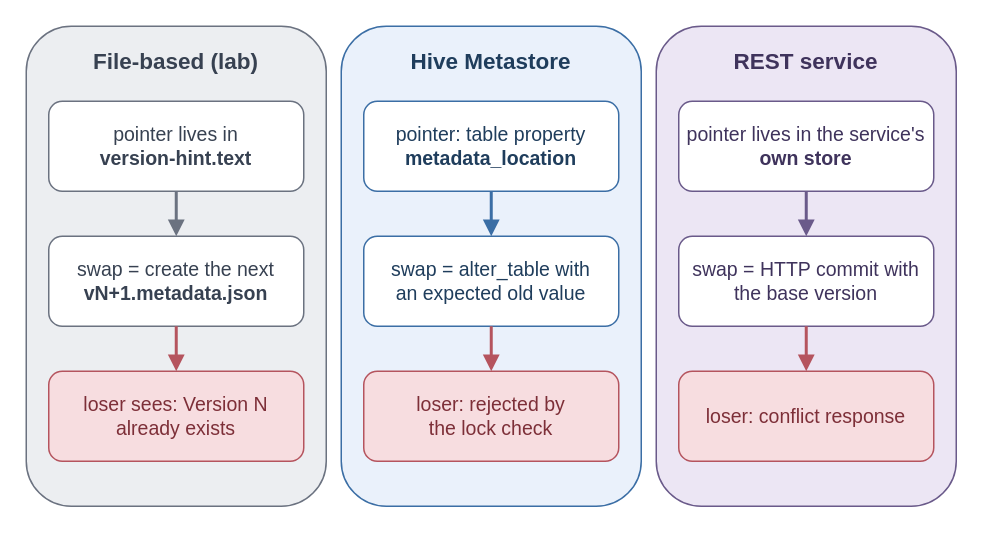
Before: book/figures/catalog-pointer-types.drawio in AlanPhan04/spark-101-to-pro, a draw.io diagram. Source tidied: cells renumbered, new cells numbered last; positions are measured from the earlier drawing's top-left corner, leaving out a move shared by most shapes. Both pictures are drawn from the tidied source at 150%, with x=0, y=0 at pixel (26, 26).
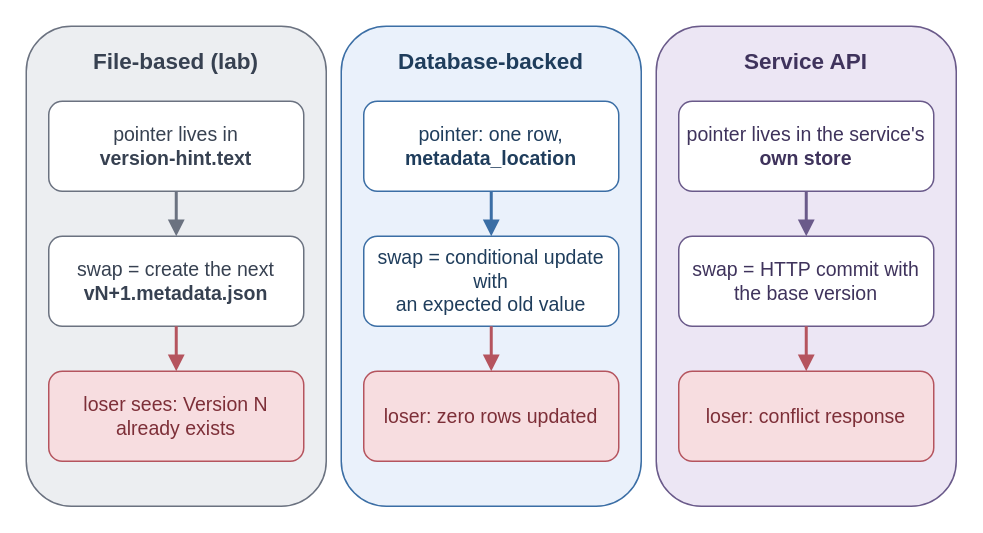
Above is the later version.

Diff of the diagram source:
```diff
@@
 <mxGraphModel>
   <root>
     <mxCell id="0" />
     <mxCell id="1" parent="0" />
     <mxCell id="2" value="&lt;b&gt;File-based (lab)&lt;/b&gt;" style="rounded=1;whiteSpace=wrap;html=1;verticalAlign=top;spacingTop=8;fillColor=#eceef1;strokeColor=#6b7280;fontColor=#374151;fontSize=15;" parent="1" vertex="1">
       <mxGeometry width="200" height="320" as="geometry" />
     </mxCell>
-    <mxCell id="3" value="&lt;b&gt;Hive Metastore&lt;/b&gt;" style="rounded=1;whiteSpace=wrap;html=1;verticalAlign=top;spacingTop=8;fillColor=#eaf1fb;strokeColor=#3b6ea5;fontColor=#1f3d5c;fontSize=15;" parent="1" vertex="1">
+    <mxCell id="3" value="&lt;b&gt;Database-backed&lt;/b&gt;" style="rounded=1;whiteSpace=wrap;html=1;verticalAlign=top;spacingTop=8;fillColor=#eaf1fb;strokeColor=#3b6ea5;fontColor=#1f3d5c;fontSize=15;" parent="1" vertex="1">
       <mxGeometry x="210" width="200" height="320" as="geometry" />
     </mxCell>
-    <mxCell id="4" value="&lt;b&gt;REST service&lt;/b&gt;" style="rounded=1;whiteSpace=wrap;html=1;verticalAlign=top;spacingTop=8;fillColor=#ece6f4;strokeColor=#6a5a8a;fontColor=#3f335c;fontSize=15;" parent="1" vertex="1">
+    <mxCell id="4" value="&lt;b&gt;Service API&lt;/b&gt;" style="rounded=1;whiteSpace=wrap;html=1;verticalAlign=top;spacingTop=8;fillColor=#ece6f4;strokeColor=#6a5a8a;fontColor=#3f335c;fontSize=15;" parent="1" vertex="1">
       <mxGeometry x="420" width="200" height="320" as="geometry" />
     </mxCell>
     <mxCell id="5" value="pointer lives in&lt;br&gt;&lt;b&gt;version-hint.text&lt;/b&gt;" style="rounded=1;whiteSpace=wrap;html=1;fillColor=#ffffff;strokeColor=#6b7280;fontColor=#374151;fontSize=13;" parent="1" vertex="1">
       <mxGeometry x="15" y="50" width="170" height="60" as="geometry" />
     </mxCell>
     <mxCell id="6" value="swap = create the next&lt;br&gt;&lt;b&gt;vN+1.metadata.json&lt;/b&gt;" style="rounded=1;whiteSpace=wrap;html=1;fillColor=#ffffff;strokeColor=#6b7280;fontColor=#374151;fontSize=13;" parent="1" vertex="1">
       <mxGeometry x="15" y="140" width="170" height="60" as="geometry" />
     </mxCell>
     <mxCell id="7" value="loser sees: Version N&lt;br&gt;already exists" style="rounded=1;whiteSpace=wrap;html=1;fillColor=#f7dde0;strokeColor=#b5545e;fontColor=#7d2f38;fontSize=13;" parent="1" vertex="1">
       <mxGeometry x="15" y="230" width="170" height="60" as="geometry" />
     </mxCell>
-    <mxCell id="8" value="pointer: table property&lt;br&gt;&lt;b&gt;metadata_location&lt;/b&gt;" style="rounded=1;whiteSpace=wrap;html=1;fillColor=#ffffff;strokeColor=#3b6ea5;fontColor=#1f3d5c;fontSize=13;" parent="1" vertex="1">
+    <mxCell id="8" value="pointer: one row,&lt;br&gt;&lt;b&gt;metadata_location&lt;/b&gt;" style="rounded=1;whiteSpace=wrap;html=1;fillColor=#ffffff;strokeColor=#3b6ea5;fontColor=#1f3d5c;fontSize=13;" parent="1" vertex="1">
       <mxGeometry x="225" y="50" width="170" height="60" as="geometry" />
     </mxCell>
-    <mxCell id="9" value="swap = alter_table with&lt;br&gt;an expected old value" style="rounded=1;whiteSpace=wrap;html=1;fillColor=#ffffff;strokeColor=#3b6ea5;fontColor=#1f3d5c;fontSize=13;" parent="1" vertex="1">
+    <mxCell id="9" value="swap = conditional update with&lt;br&gt;an expected old value" style="rounded=1;whiteSpace=wrap;html=1;fillColor=#ffffff;strokeColor=#3b6ea5;fontColor=#1f3d5c;fontSize=13;" parent="1" vertex="1">
       <mxGeometry x="225" y="140" width="170" height="60" as="geometry" />
     </mxCell>
-    <mxCell id="10" value="loser: rejected by&lt;br&gt;the lock check" style="rounded=1;whiteSpace=wrap;html=1;fillColor=#f7dde0;strokeColor=#b5545e;fontColor=#7d2f38;fontSize=13;" parent="1" vertex="1">
+    <mxCell id="10" value="loser: zero rows updated" style="rounded=1;whiteSpace=wrap;html=1;fillColor=#f7dde0;strokeColor=#b5545e;fontColor=#7d2f38;fontSize=13;" parent="1" vertex="1">
       <mxGeometry x="225" y="230" width="170" height="60" as="geometry" />
     </mxCell>
     <mxCell id="11" value="pointer lives in the service's&lt;br&gt;&lt;b&gt;own store&lt;/b&gt;" style="rounded=1;whiteSpace=wrap;html=1;fillColor=#ffffff;strokeColor=#6a5a8a;fontColor=#3f335c;fontSize=13;" parent="1" vertex="1">
       <mxGeometry x="435" y="50" width="170" height="60" as="geometry" />
     </mxCell>
     <mxCell id="12" value="swap = HTTP commit with&lt;br&gt;the base version" style="rounded=1;whiteSpace=wrap;html=1;fillColor=#ffffff;strokeColor=#6a5a8a;fontColor=#3f335c;fontSize=13;" parent="1" vertex="1">
       <mxGeometry x="435" y="140" width="170" height="60" as="geometry" />
     </mxCell>
     <mxCell id="13" value="loser: conflict response" style="rounded=1;whiteSpace=wrap;html=1;fillColor=#f7dde0;strokeColor=#b5545e;fontColor=#7d2f38;fontSize=13;" parent="1" vertex="1">
       <mxGeometry x="435" y="230" width="170" height="60" as="geometry" />
     </mxCell>
     <mxCell id="14" style="endArrow=block;html=1;strokeColor=#6b7280;strokeWidth=2;" parent="1" edge="1" source="5" target="6">
       <mxGeometry relative="1" as="geometry" />
     </mxCell>
     <mxCell id="15" style="endArrow=block;html=1;strokeColor=#b5545e;strokeWidth=2;" parent="1" edge="1" source="6" target="7">
       <mxGeometry relative="1" as="geometry" />
     </mxCell>
     <mxCell id="16" style="endArrow=block;html=1;strokeColor=#3b6ea5;strokeWidth=2;" parent="1" edge="1" source="8" target="9">
       <mxGeometry relative="1" as="geometry" />
     </mxCell>
     <mxCell id="17" style="endArrow=block;html=1;strokeColor=#b5545e;strokeWidth=2;" parent="1" edge="1" source="9" target="10">
       <mxGeometry relative="1" as="geometry" />
     </mxCell>
     <mxCell id="18" style="endArrow=block;html=1;strokeColor=#6a5a8a;strokeWidth=2;" parent="1" edge="1" source="11" target="12">
       <mxGeometry relative="1" as="geometry" />
     </mxCell>
     <mxCell id="19" style="endArrow=block;html=1;strokeColor=#b5545e;strokeWidth=2;" parent="1" edge="1" source="12" target="13">
       <mxGeometry relative="1" as="geometry" />
     </mxCell>
   </root>
 </mxGraphModel>
```
